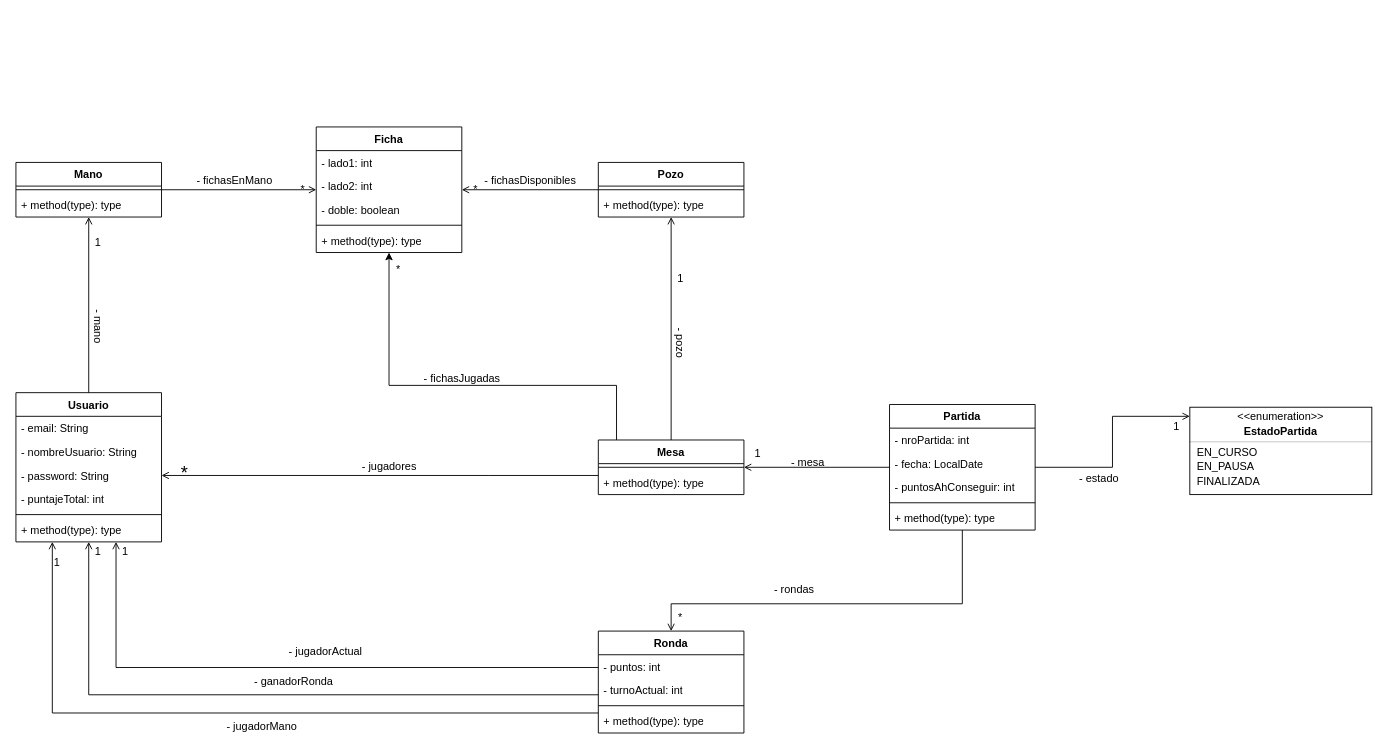
Earlier version of the draw.io diagram ModeloUML/TrabajoFinalPOO-DOMINO.drawio (RenzoBisso/TrabajoFinalPOO-DOMINO). Source tidied: cells renumbered, new cells numbered last; positions are measured from the earlier drawing's top-left corner, leaving out a move shared by most shapes. Both pictures are drawn from the tidied source at 91%, with x=0, y=0 at pixel (15, 126).
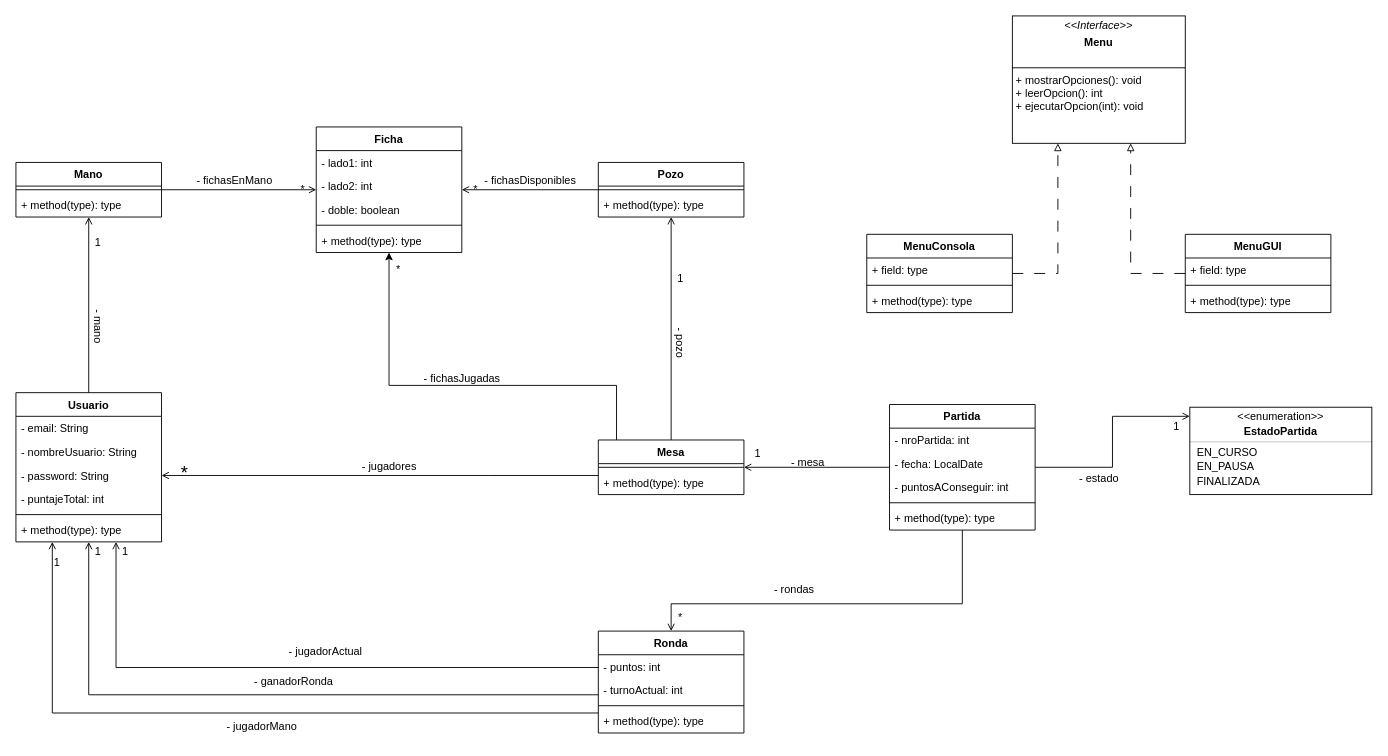
The same page after the edit.

Commit message (it also covers changes not shown here):
Se agrego interface menu al UML

Unchanged cells that the change refers to:
```xml
<mxCell id="53" value="Partida" style="swimlane;fontStyle=1;align=center;verticalAlign=top;horizontal=1;startSize=26;whiteSpace=wrap;html=1;" parent="1" vertex="1">
  <mxGeometry x="960" y="305" width="160" height="138" as="geometry" />
</mxCell>
```

Diff of the diagram source:
```diff
@@
-    <mxCell id="56" value="- puntosAhConseguir: int" style="text;strokeColor=none;fillColor=none;align=left;verticalAlign=top;spacingLeft=4;spacingRight=4;overflow=hidden;whiteSpace=wrap;html=1;" parent="53" vertex="1">
+    <mxCell id="56" value="- puntosAConseguir: int" style="text;strokeColor=none;fillColor=none;align=left;verticalAlign=top;spacingLeft=4;spacingRight=4;overflow=hidden;whiteSpace=wrap;html=1;" parent="53" vertex="1">
       <mxGeometry y="78" width="160" height="26" as="geometry" />
     </mxCell>
@@
+    <mxCell id="79" style="edgeStyle=orthogonalEdgeStyle;rounded=0;jettySize=auto;html=1;dashed=1;dashPattern=12 12;endArrow=block;endFill=0;" parent="1" edge="1" source="80" target="89">
+      <mxGeometry relative="1" as="geometry">
+        <Array as="points">
+          <mxPoint x="1145" y="161" />
+        </Array>
+      </mxGeometry>
+    </mxCell>
+    <mxCell id="80" value="MenuConsola" style="swimlane;fontStyle=1;align=center;verticalAlign=top;horizontal=1;startSize=26;whiteSpace=wrap;html=1;" parent="1" vertex="1">
+      <mxGeometry x="935" y="118" width="160" height="86" as="geometry" />
+    </mxCell>
+    <mxCell id="81" value="+ field: type" style="text;strokeColor=none;fillColor=none;align=left;verticalAlign=top;spacingLeft=4;spacingRight=4;overflow=hidden;whiteSpace=wrap;html=1;" parent="80" vertex="1">
+      <mxGeometry y="26" width="160" height="26" as="geometry" />
+    </mxCell>
+    <mxCell id="82" style="line;strokeWidth=1;fillColor=none;align=left;verticalAlign=middle;spacingTop=-1;spacingLeft=3;spacingRight=3;labelPosition=right;strokeColor=inherit;" parent="80" vertex="1">
+      <mxGeometry y="52" width="160" height="8" as="geometry" />
+    </mxCell>
+    <mxCell id="83" value="+ method(type): type" style="text;strokeColor=none;fillColor=none;align=left;verticalAlign=top;spacingLeft=4;spacingRight=4;overflow=hidden;whiteSpace=wrap;html=1;" parent="80" vertex="1">
+      <mxGeometry y="60" width="160" height="26" as="geometry" />
+    </mxCell>
+    <mxCell id="84" style="edgeStyle=orthogonalEdgeStyle;rounded=0;jettySize=auto;html=1;endArrow=block;endFill=0;dashed=1;dashPattern=12 12;" parent="1" edge="1" source="85" target="89">
+      <mxGeometry relative="1" as="geometry">
+        <Array as="points">
+          <mxPoint x="1225" y="161" />
+        </Array>
+      </mxGeometry>
+    </mxCell>
+    <mxCell id="85" value="MenuGUI" style="swimlane;fontStyle=1;align=center;verticalAlign=top;horizontal=1;startSize=26;whiteSpace=wrap;html=1;" parent="1" vertex="1">
+      <mxGeometry x="1285" y="118" width="160" height="86" as="geometry" />
+    </mxCell>
+    <mxCell id="86" value="+ field: type" style="text;strokeColor=none;fillColor=none;align=left;verticalAlign=top;spacingLeft=4;spacingRight=4;overflow=hidden;whiteSpace=wrap;html=1;" parent="85" vertex="1">
+      <mxGeometry y="26" width="160" height="26" as="geometry" />
+    </mxCell>
+    <mxCell id="87" style="line;strokeWidth=1;fillColor=none;align=left;verticalAlign=middle;spacingTop=-1;spacingLeft=3;spacingRight=3;labelPosition=right;strokeColor=inherit;" parent="85" vertex="1">
+      <mxGeometry y="52" width="160" height="8" as="geometry" />
+    </mxCell>
+    <mxCell id="88" value="+ method(type): type" style="text;strokeColor=none;fillColor=none;align=left;verticalAlign=top;spacingLeft=4;spacingRight=4;overflow=hidden;whiteSpace=wrap;html=1;" parent="85" vertex="1">
+      <mxGeometry y="60" width="160" height="26" as="geometry" />
+    </mxCell>
+    <mxCell id="89" value="&lt;p style=&quot;margin:0px;margin-top:4px;text-align:center;&quot;&gt;&lt;i&gt;&amp;lt;&amp;lt;Interface&amp;gt;&amp;gt;&lt;/i&gt;&lt;/p&gt;&lt;p style=&quot;margin:0px;margin-top:4px;text-align:center;&quot;&gt;&lt;b style=&quot;&quot;&gt;Menu&lt;/b&gt;&lt;br&gt;&lt;/p&gt;&lt;p style=&quot;margin:0px;margin-left:4px;&quot;&gt;&lt;br&gt;&lt;/p&gt;&lt;hr size=&quot;1&quot; style=&quot;border-style:solid;&quot;&gt;&lt;p style=&quot;margin:0px;margin-left:4px;&quot;&gt;+ mostrarOpciones(): void&lt;/p&gt;&lt;p style=&quot;margin:0px;margin-left:4px;&quot;&gt;+ leerOpcion(): int&lt;/p&gt;&lt;p style=&quot;margin:0px;margin-left:4px;&quot;&gt;+ ejecutarOpcion(int): void&lt;/p&gt;" style="verticalAlign=top;align=left;overflow=fill;html=1;whiteSpace=wrap;" parent="1" vertex="1">
+      <mxGeometry x="1095" y="-122" width="190" height="140" as="geometry" />
+    </mxCell>
```
